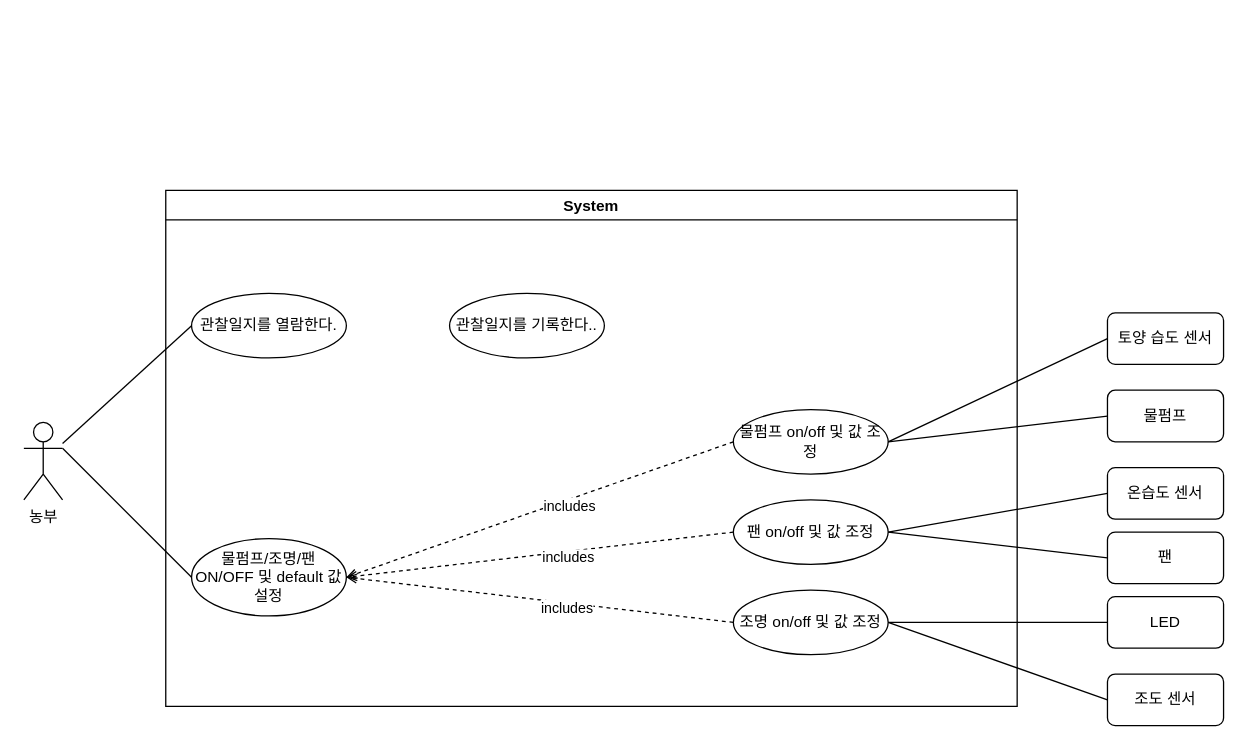
This is 4주차/유스케이스.drawio from sonmyungwon/Software-Development, a draw.io file, before an edit. Source tidied: cells renumbered, new cells numbered last; positions are measured from the earlier drawing's top-left corner, leaving out a move shared by most shapes. Both pictures are drawn from the tidied source at 129%, with x=0, y=0 at pixel (23, 190).
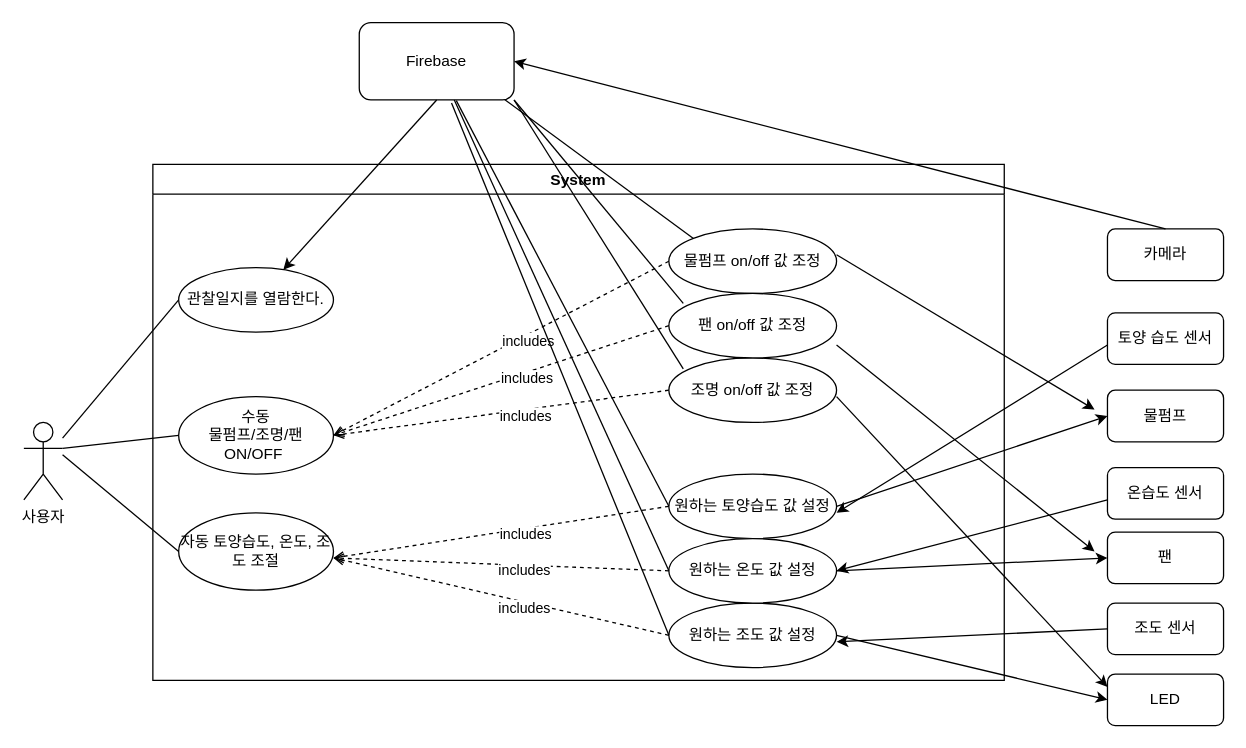
After the change.

Commit message:
유스케이스.drawio 업데이트

Unchanged cells that the change refers to:
```xml
<mxCell id="3" value="온습도 센서" style="rounded=1;whiteSpace=wrap;html=1;" parent="1" vertex="1">
  <mxGeometry x="840" y="215" width="90" height="40" as="geometry" />
</mxCell>
<mxCell id="7" value="관찰일지를 열람한다." style="ellipse;whiteSpace=wrap;html=1;" parent="6" vertex="1">
  <mxGeometry x="20" y="80" width="120" height="50" as="geometry" />
</mxCell>
<mxCell id="19" value="토양 습도 센서" style="rounded=1;whiteSpace=wrap;html=1;" parent="1" vertex="1">
  <mxGeometry x="840" y="95" width="90" height="40" as="geometry" />
</mxCell>
<mxCell id="21" value="팬" style="rounded=1;whiteSpace=wrap;html=1;" parent="1" vertex="1">
  <mxGeometry x="840" y="265" width="90" height="40" as="geometry" />
</mxCell>
<mxCell id="23" value="물펌프" style="rounded=1;whiteSpace=wrap;html=1;" parent="1" vertex="1">
  <mxGeometry x="840" y="155" width="90" height="40" as="geometry" />
</mxCell>
```

The edit, as a diff of the source:
```diff
@@
-    <mxCell id="2" value="농부" style="shape=umlActor;verticalLabelPosition=bottom;verticalAlign=top;html=1;outlineConnect=0;" parent="1" vertex="1">
+    <mxCell id="2" value="사용자" style="shape=umlActor;verticalLabelPosition=bottom;verticalAlign=top;html=1;outlineConnect=0;" parent="1" vertex="1">
       <mxGeometry y="180" width="30" height="60" as="geometry" />
     </mxCell>
@@
     <mxCell id="6" value="System" style="swimlane;" parent="1" vertex="1">
-      <mxGeometry x="110" width="660" height="400" as="geometry" />
+      <mxGeometry x="100" y="-20" width="660" height="400" as="geometry" />
     </mxCell>
@@
-    <mxCell id="8" value="물펌프 on/off 및 값 조정" style="ellipse;whiteSpace=wrap;html=1;" parent="6" vertex="1">
-      <mxGeometry x="440" y="170" width="120" height="50" as="geometry" />
+    <mxCell id="8" value="물펌프 on/off 값 조정" style="ellipse;whiteSpace=wrap;html=1;" parent="6" vertex="1">
+      <mxGeometry x="400" y="50" width="130" height="50" as="geometry" />
     </mxCell>
-    <mxCell id="9" value="조명 on/off 및 값 조정" style="ellipse;whiteSpace=wrap;html=1;" parent="6" vertex="1">
-      <mxGeometry x="440" y="310" width="120" height="50" as="geometry" />
+    <mxCell id="9" value="조명 on/off 값 조정" style="ellipse;whiteSpace=wrap;html=1;" parent="6" vertex="1">
+      <mxGeometry x="400" y="150" width="130" height="50" as="geometry" />
     </mxCell>
-    <mxCell id="10" value="팬 on/off 및 값 조정" style="ellipse;whiteSpace=wrap;html=1;" parent="6" vertex="1">
-      <mxGeometry x="440" y="240" width="120" height="50" as="geometry" />
+    <mxCell id="10" value="팬 on/off 값 조정" style="ellipse;whiteSpace=wrap;html=1;" parent="6" vertex="1">
+      <mxGeometry x="400" y="100" width="130" height="50" as="geometry" />
     </mxCell>
-    <mxCell id="11" value="물펌프/조명/팬 ON/OFF 및 default 값 설정" style="ellipse;whiteSpace=wrap;html=1;" parent="6" vertex="1">
-      <mxGeometry x="20" y="270" width="120" height="60" as="geometry" />
+    <mxCell id="11" value="수동&lt;br&gt;물펌프/조명/팬 ON/OFF&amp;nbsp;" style="ellipse;whiteSpace=wrap;html=1;" parent="6" vertex="1">
+      <mxGeometry x="20" y="180" width="120" height="60" as="geometry" />
     </mxCell>
@@
-    <mxCell id="18" value="관찰일지를 기록한다.." style="ellipse;whiteSpace=wrap;html=1;" parent="6" vertex="1">
-      <mxGeometry x="220" y="80" width="120" height="50" as="geometry" />
-    </mxCell>
+    <mxCell id="30" value="자동 토양습도, 온도, 조도 조절" style="ellipse;whiteSpace=wrap;html=1;" parent="6" vertex="1">
+      <mxGeometry x="20" y="270" width="120" height="60" as="geometry" />
+    </mxCell>
+    <mxCell id="31" value="원하는 토양습도 값 설정" style="ellipse;whiteSpace=wrap;html=1;" parent="6" vertex="1">
+      <mxGeometry x="400" y="240" width="130" height="50" as="geometry" />
+    </mxCell>
+    <mxCell id="32" value="원하는 조도 값 설정" style="ellipse;whiteSpace=wrap;html=1;" parent="6" vertex="1">
+      <mxGeometry x="400" y="340" width="130" height="50" as="geometry" />
+    </mxCell>
+    <mxCell id="33" style="endArrow=open;dashed=1;html=1;rounded=0;entryX=1;entryY=0.5;entryDx=0;entryDy=0;endFill=0;exitX=0;exitY=0.5;exitDx=0;exitDy=0;" parent="6" edge="1" source="39">
+      <mxGeometry relative="1" as="geometry">
+        <mxPoint x="140" y="305" as="targetPoint" />
+      </mxGeometry>
+    </mxCell>
+    <mxCell id="34" value="includes" style="edgeLabel;html=1;align=center;verticalAlign=middle;" parent="33" vertex="1">
+      <mxGeometry x="-0.14" y="4" relative="1" as="geometry" />
+    </mxCell>
+    <mxCell id="35" style="endArrow=open;dashed=1;html=1;rounded=0;entryX=1;entryY=0.5;entryDx=0;entryDy=0;endFill=0;exitX=0;exitY=0.5;exitDx=0;exitDy=0;" parent="6" edge="1" source="31">
+      <mxGeometry relative="1" as="geometry">
+        <mxPoint x="140" y="305" as="targetPoint" />
+      </mxGeometry>
+    </mxCell>
+    <mxCell id="36" value="includes" style="edgeLabel;html=1;align=center;verticalAlign=middle;" parent="35" vertex="1">
+      <mxGeometry x="-0.14" y="4" relative="1" as="geometry" />
+    </mxCell>
+    <mxCell id="37" style="endArrow=open;dashed=1;html=1;rounded=0;entryX=1;entryY=0.5;entryDx=0;entryDy=0;endFill=0;exitX=0;exitY=0.5;exitDx=0;exitDy=0;" parent="6" edge="1" source="32">
+      <mxGeometry relative="1" as="geometry">
+        <mxPoint x="140" y="305" as="targetPoint" />
+      </mxGeometry>
+    </mxCell>
+    <mxCell id="38" value="includes" style="edgeLabel;html=1;align=center;verticalAlign=middle;" parent="37" vertex="1">
+      <mxGeometry x="-0.14" y="4" relative="1" as="geometry" />
+    </mxCell>
+    <mxCell id="39" value="원하는 온도 값 설정" style="ellipse;whiteSpace=wrap;html=1;" parent="6" vertex="1">
+      <mxGeometry x="400" y="290" width="130" height="50" as="geometry" />
+    </mxCell>
+    <mxCell id="40" style="endArrow=none;html=1;rounded=0;entryX=0;entryY=0.5;entryDx=0;entryDy=0;startArrow=classic;startFill=1;endFill=0;" parent="6" edge="1">
+      <mxGeometry relative="1" as="geometry">
+        <mxPoint x="530" y="270" as="sourcePoint" />
+        <mxPoint x="740" y="140" as="targetPoint" />
+      </mxGeometry>
+    </mxCell>
+    <mxCell id="41" style="endArrow=none;html=1;rounded=0;entryX=0.627;entryY=1.008;entryDx=0;entryDy=0;exitX=0;exitY=0;exitDx=0;exitDy=0;entryPerimeter=0;" parent="6" edge="1" source="8">
+      <mxGeometry relative="1" as="geometry">
+        <mxPoint x="270" y="-52.3" as="targetPoint" />
+      </mxGeometry>
+    </mxCell>
+    <mxCell id="42" style="endArrow=classic;html=1;rounded=0;exitX=1;exitY=0.5;exitDx=0;exitDy=0;startArrow=none;startFill=0;endFill=1;entryX=0;entryY=0.25;entryDx=0;entryDy=0;" parent="6" edge="1" target="22">
+      <mxGeometry relative="1" as="geometry">
+        <mxPoint x="530" y="180" as="sourcePoint" />
+      </mxGeometry>
+    </mxCell>
@@
     <mxCell id="20" value="조도 센서" style="rounded=1;whiteSpace=wrap;html=1;" parent="1" vertex="1">
-      <mxGeometry x="840" y="375" width="90" height="40" as="geometry" />
+      <mxGeometry x="840" y="320" width="90" height="40" as="geometry" />
     </mxCell>
@@
     <mxCell id="22" value="LED" style="rounded=1;whiteSpace=wrap;html=1;" parent="1" vertex="1">
-      <mxGeometry x="840" y="315" width="90" height="40" as="geometry" />
+      <mxGeometry x="840" y="375" width="90" height="40" as="geometry" />
     </mxCell>
@@
-    <mxCell id="24" style="endArrow=none;html=1;rounded=0;entryX=0;entryY=0.5;entryDx=0;entryDy=0;exitX=1;exitY=0.5;exitDx=0;exitDy=0;" parent="1" edge="1" source="10" target="3">
-      <mxGeometry relative="1" as="geometry" />
-    </mxCell>
-    <mxCell id="25" style="endArrow=none;html=1;rounded=0;entryX=0;entryY=0.5;entryDx=0;entryDy=0;exitX=1;exitY=0.5;exitDx=0;exitDy=0;" parent="1" edge="1" source="8" target="19">
-      <mxGeometry relative="1" as="geometry" />
-    </mxCell>
-    <mxCell id="26" style="endArrow=none;html=1;rounded=0;entryX=0;entryY=0.5;entryDx=0;entryDy=0;exitX=1;exitY=0.5;exitDx=0;exitDy=0;" parent="1" edge="1" source="8" target="23">
+    <mxCell id="26" style="endArrow=classic;html=1;rounded=0;entryX=0;entryY=0.5;entryDx=0;entryDy=0;exitX=1;exitY=0.5;exitDx=0;exitDy=0;startArrow=none;startFill=0;endFill=1;" parent="1" edge="1" source="31" target="23">
       <mxGeometry relative="1" as="geometry" />
     </mxCell>
-    <mxCell id="27" style="endArrow=none;html=1;rounded=0;entryX=0;entryY=0.5;entryDx=0;entryDy=0;exitX=1;exitY=0.5;exitDx=0;exitDy=0;" parent="1" edge="1" source="10" target="21">
+    <mxCell id="27" style="endArrow=classic;html=1;rounded=0;entryX=0;entryY=0.5;entryDx=0;entryDy=0;exitX=1;exitY=0.5;exitDx=0;exitDy=0;startArrow=none;startFill=0;endFill=1;" parent="1" edge="1" source="39" target="21">
       <mxGeometry relative="1" as="geometry" />
     </mxCell>
-    <mxCell id="28" style="endArrow=none;html=1;rounded=0;entryX=0;entryY=0.5;entryDx=0;entryDy=0;exitX=1;exitY=0.5;exitDx=0;exitDy=0;" parent="1" edge="1" source="9" target="20">
-      <mxGeometry relative="1" as="geometry" />
-    </mxCell>
-    <mxCell id="29" style="endArrow=none;html=1;rounded=0;entryX=0;entryY=0.5;entryDx=0;entryDy=0;exitX=1;exitY=0.5;exitDx=0;exitDy=0;" parent="1" edge="1" source="9" target="22">
+    <mxCell id="29" style="endArrow=classic;html=1;rounded=0;entryX=0;entryY=0.5;entryDx=0;entryDy=0;exitX=1;exitY=0.5;exitDx=0;exitDy=0;startArrow=none;startFill=0;endFill=1;" parent="1" edge="1" source="32" target="22">
       <mxGeometry relative="1" as="geometry" />
     </mxCell>
+    <mxCell id="43" value="Firebase" style="rounded=1;whiteSpace=wrap;html=1;" parent="1" vertex="1">
+      <mxGeometry x="260" y="-130" width="120" height="60" as="geometry" />
+    </mxCell>
+    <mxCell id="44" style="endArrow=classic;html=1;rounded=0;" parent="1" edge="1" target="7">
+      <mxGeometry relative="1" as="geometry">
+        <mxPoint x="320" y="-70" as="sourcePoint" />
+      </mxGeometry>
+    </mxCell>
+    <mxCell id="45" style="endArrow=none;html=1;rounded=0;entryX=0;entryY=0.5;entryDx=0;entryDy=0;exitX=1;exitY=0.3333333333333333;exitDx=0;exitDy=0;exitPerimeter=0;startArrow=none;startFill=0;endFill=0;" parent="1" edge="1" target="30">
+      <mxGeometry relative="1" as="geometry">
+        <mxPoint x="30" y="205" as="sourcePoint" />
+      </mxGeometry>
+    </mxCell>
+    <mxCell id="46" style="endArrow=none;html=1;rounded=0;entryX=0.627;entryY=1.008;entryDx=0;entryDy=0;exitX=0;exitY=0.5;exitDx=0;exitDy=0;entryPerimeter=0;" parent="1" edge="1" source="31" target="43">
+      <mxGeometry relative="1" as="geometry" />
+    </mxCell>
+    <mxCell id="47" style="endArrow=none;html=1;rounded=0;exitX=0;exitY=0.5;exitDx=0;exitDy=0;" parent="1" edge="1" source="39" target="43">
+      <mxGeometry relative="1" as="geometry" />
+    </mxCell>
+    <mxCell id="48" style="endArrow=none;html=1;rounded=0;entryX=0.596;entryY=1.039;entryDx=0;entryDy=0;exitX=0;exitY=0.5;exitDx=0;exitDy=0;entryPerimeter=0;" parent="1" edge="1" source="32" target="43">
+      <mxGeometry relative="1" as="geometry" />
+    </mxCell>
+    <mxCell id="49" style="endArrow=none;html=1;rounded=0;entryX=0;entryY=0.5;entryDx=0;entryDy=0;startArrow=classic;startFill=1;endFill=0;" parent="1" edge="1" target="20">
+      <mxGeometry relative="1" as="geometry">
+        <mxPoint x="630" y="350" as="sourcePoint" />
+      </mxGeometry>
+    </mxCell>
+    <mxCell id="50" style="endArrow=none;html=1;rounded=0;entryX=0;entryY=0.5;entryDx=0;entryDy=0;startArrow=classic;startFill=1;endFill=0;exitX=1;exitY=0.5;exitDx=0;exitDy=0;" parent="1" edge="1" source="39">
+      <mxGeometry relative="1" as="geometry">
+        <mxPoint x="840" y="240" as="targetPoint" />
+      </mxGeometry>
+    </mxCell>
+    <mxCell id="51" value="카메라" style="rounded=1;whiteSpace=wrap;html=1;" parent="1" vertex="1">
+      <mxGeometry x="840" y="30" width="90" height="40" as="geometry" />
+    </mxCell>
+    <mxCell id="52" style="endArrow=classic;html=1;rounded=0;entryX=1;entryY=0.5;entryDx=0;entryDy=0;exitX=0.5;exitY=0;exitDx=0;exitDy=0;" parent="1" edge="1" source="51" target="43">
+      <mxGeometry relative="1" as="geometry" />
+    </mxCell>
+    <mxCell id="53" style="endArrow=none;html=1;rounded=0;entryX=1;entryY=1;entryDx=0;entryDy=0;exitX=0.086;exitY=0.153;exitDx=0;exitDy=0;exitPerimeter=0;" parent="1" edge="1" source="10" target="43">
+      <mxGeometry relative="1" as="geometry" />
+    </mxCell>
+    <mxCell id="54" style="endArrow=none;html=1;rounded=0;exitX=0.086;exitY=0.169;exitDx=0;exitDy=0;exitPerimeter=0;" parent="1" edge="1" source="9">
+      <mxGeometry relative="1" as="geometry">
+        <mxPoint x="380" y="-70" as="targetPoint" />
+      </mxGeometry>
+    </mxCell>
+    <mxCell id="55" style="endArrow=classic;html=1;rounded=0;exitX=1;exitY=0.5;exitDx=0;exitDy=0;startArrow=none;startFill=0;endFill=1;" parent="1" edge="1">
+      <mxGeometry relative="1" as="geometry">
+        <mxPoint x="630" y="50" as="sourcePoint" />
+        <mxPoint x="830" y="170" as="targetPoint" />
+      </mxGeometry>
+    </mxCell>
+    <mxCell id="56" style="endArrow=classic;html=1;rounded=0;exitX=1;exitY=0.5;exitDx=0;exitDy=0;startArrow=none;startFill=0;endFill=1;" parent="1" edge="1">
+      <mxGeometry relative="1" as="geometry">
+        <mxPoint x="630" y="120" as="sourcePoint" />
+        <mxPoint x="830" y="280" as="targetPoint" />
+      </mxGeometry>
+    </mxCell>
```
